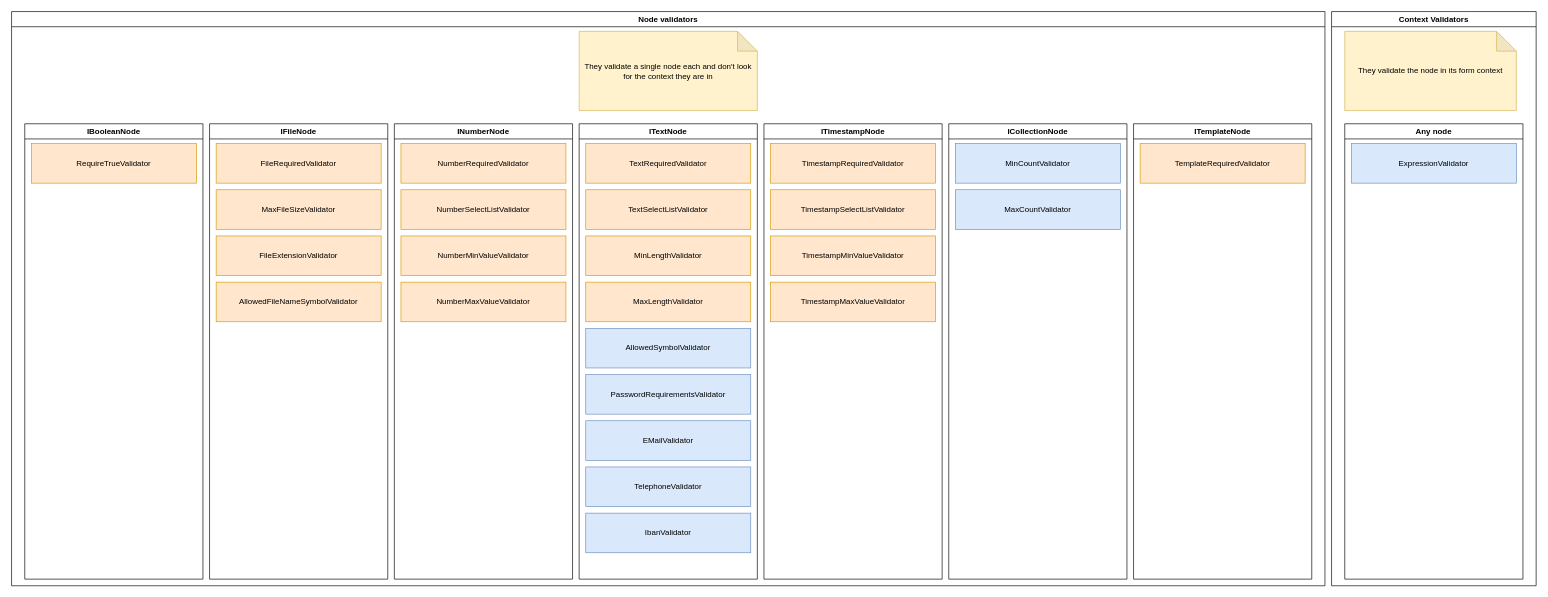
Before: doc/forms-concept/validators.drawio in RGXStorm281/common, a draw.io diagram. Source tidied: cells renumbered, new cells numbered last; positions are measured from the earlier drawing's top-left corner, leaving out a move shared by most shapes. Both pictures are drawn from the tidied source at 66%, with x=0, y=0 at pixel (11, 11).
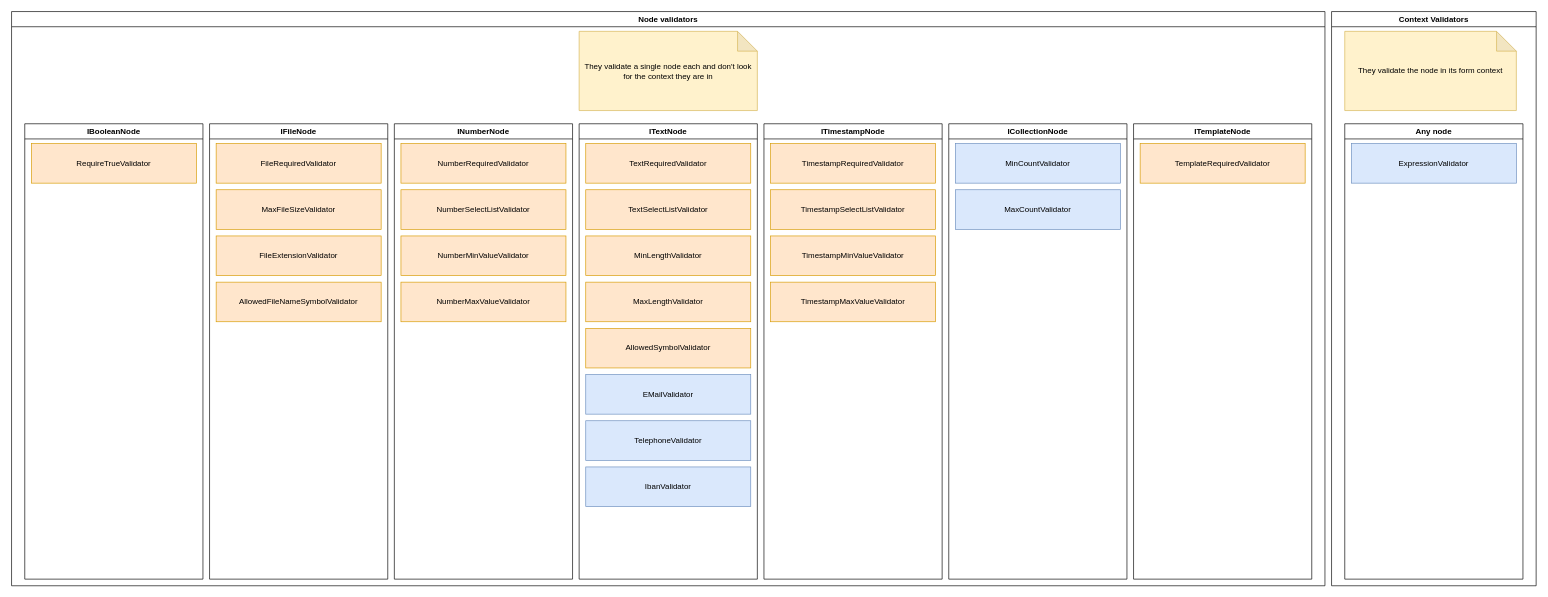
The same page after the edit.

The change refers to these unchanged cells:
```xml
<mxCell id="16" value="ITextNode" style="swimlane;whiteSpace=wrap;html=1;" parent="2" vertex="1">
  <mxGeometry x="860" y="170" width="270" height="690" as="geometry" />
</mxCell>
```

What changed in the source:
```diff
@@
-    <mxCell id="20" value="AllowedSymbolValidator" style="rounded=0;whiteSpace=wrap;html=1;fillColor=#dae8fc;strokeColor=#6c8ebf;" parent="16" vertex="1">
+    <mxCell id="20" value="AllowedSymbolValidator" style="rounded=0;whiteSpace=wrap;html=1;fillColor=#ffe6cc;strokeColor=#d79b00;" parent="16" vertex="1">
       <mxGeometry x="10" y="310" width="250" height="60" as="geometry" />
     </mxCell>
-    <mxCell id="21" value="PasswordRequirementsValidator" style="rounded=0;whiteSpace=wrap;html=1;fillColor=#dae8fc;strokeColor=#6c8ebf;" parent="16" vertex="1">
-      <mxGeometry x="10" y="380" width="250" height="60" as="geometry" />
-    </mxCell>
     <mxCell id="22" value="EMailValidator" style="rounded=0;whiteSpace=wrap;html=1;fillColor=#dae8fc;strokeColor=#6c8ebf;" parent="16" vertex="1">
-      <mxGeometry x="10" y="450" width="250" height="60" as="geometry" />
+      <mxGeometry x="10" y="380" width="250" height="60" as="geometry" />
     </mxCell>
     <mxCell id="23" value="TelephoneValidator" style="rounded=0;whiteSpace=wrap;html=1;fillColor=#dae8fc;strokeColor=#6c8ebf;" parent="16" vertex="1">
-      <mxGeometry x="10" y="520" width="250" height="60" as="geometry" />
+      <mxGeometry x="10" y="450" width="250" height="60" as="geometry" />
     </mxCell>
     <mxCell id="24" value="IbanValidator" style="rounded=0;whiteSpace=wrap;html=1;fillColor=#dae8fc;strokeColor=#6c8ebf;" parent="16" vertex="1">
-      <mxGeometry x="10" y="590" width="250" height="60" as="geometry" />
+      <mxGeometry x="10" y="520" width="250" height="60" as="geometry" />
     </mxCell>
```
